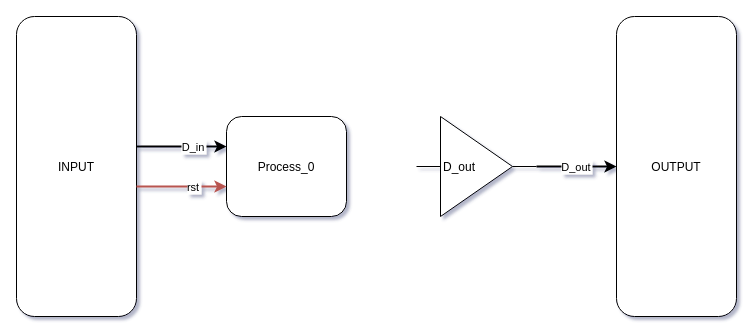
Before: Output/DrawIO_diagram.drawio in Vustah/VHDL_Architecture_visualizer, a draw.io diagram. Source tidied: cells renumbered, new cells numbered last; positions are measured from the earlier drawing's top-left corner, leaving out a move shared by most shapes. Both pictures are drawn from the tidied source at 100%, with x=0, y=0 at pixel (16, 16).
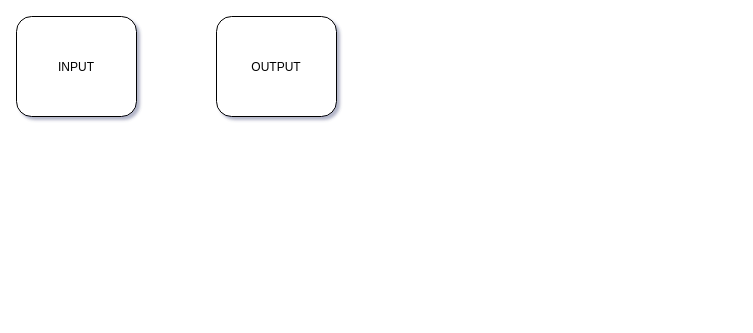
The same diagram, later.

Commit message (it also covers changes not shown here):
starting using regex

Diff of the diagram source:
```diff
@@
 <mxGraphModel shadow="1">
   <root>
     <mxCell id="0" />
     <mxCell id="1" parent="0" />
     <mxCell id="2" value="INPUT" style="rounded=1;" parent="1" vertex="1">
-      <mxGeometry width="120" height="300" as="geometry" />
+      <mxGeometry width="120" height="100" as="geometry" />
     </mxCell>
-    <mxCell id="3" value="Process_0" style="rounded=1;" parent="1" vertex="1">
-      <mxGeometry x="210" y="100" width="120" height="100" as="geometry" />
-    </mxCell>
-    <mxCell id="4" value="D_out" style="shape=mxgraph.electrical.logic_gates.buffer2;align=left;spacingLeft=25;" parent="1" vertex="1">
-      <mxGeometry x="400" y="100" width="120" height="100" as="geometry" />
-    </mxCell>
     <mxCell id="5" value="OUTPUT" style="rounded=1;" parent="1" vertex="1">
-      <mxGeometry x="600" width="120" height="300" as="geometry" />
+      <mxGeometry x="200" width="120" height="100" as="geometry" />
     </mxCell>
-    <mxCell id="6" value="D_in" style="endArrow=classic;endFill=1;edgeStyle=orthogonalEdgeStyle;jumpStyle=arc;strokeWidth=2;" parent="1" edge="1" source="2" target="3">
-      <mxGeometry x="0.27" relative="1" as="geometry">
-        <Array as="points">
-          <mxPoint x="130" y="130" />
-          <mxPoint x="130" y="130" />
-        </Array>
-      </mxGeometry>
-    </mxCell>
-    <mxCell id="7" value="rst" style="endArrow=classic;endFill=1;edgeStyle=orthogonalEdgeStyle;jumpStyle=arc;strokeWidth=2;fillColor=#f8cecc;strokeColor=#b85450;" parent="1" edge="1" source="2" target="3">
-      <mxGeometry x="0.27" relative="1" as="geometry">
-        <Array as="points">
-          <mxPoint x="130" y="170" />
-          <mxPoint x="130" y="170" />
-        </Array>
-      </mxGeometry>
-    </mxCell>
-    <mxCell id="8" value="D_out" style="endArrow=classic;endFill=1;edgeStyle=orthogonalEdgeStyle;jumpStyle=arc;strokeWidth=2;" parent="1" edge="1" source="4" target="5">
-      <mxGeometry relative="1" as="geometry" />
-    </mxCell>
   </root>
 </mxGraphModel>
```
